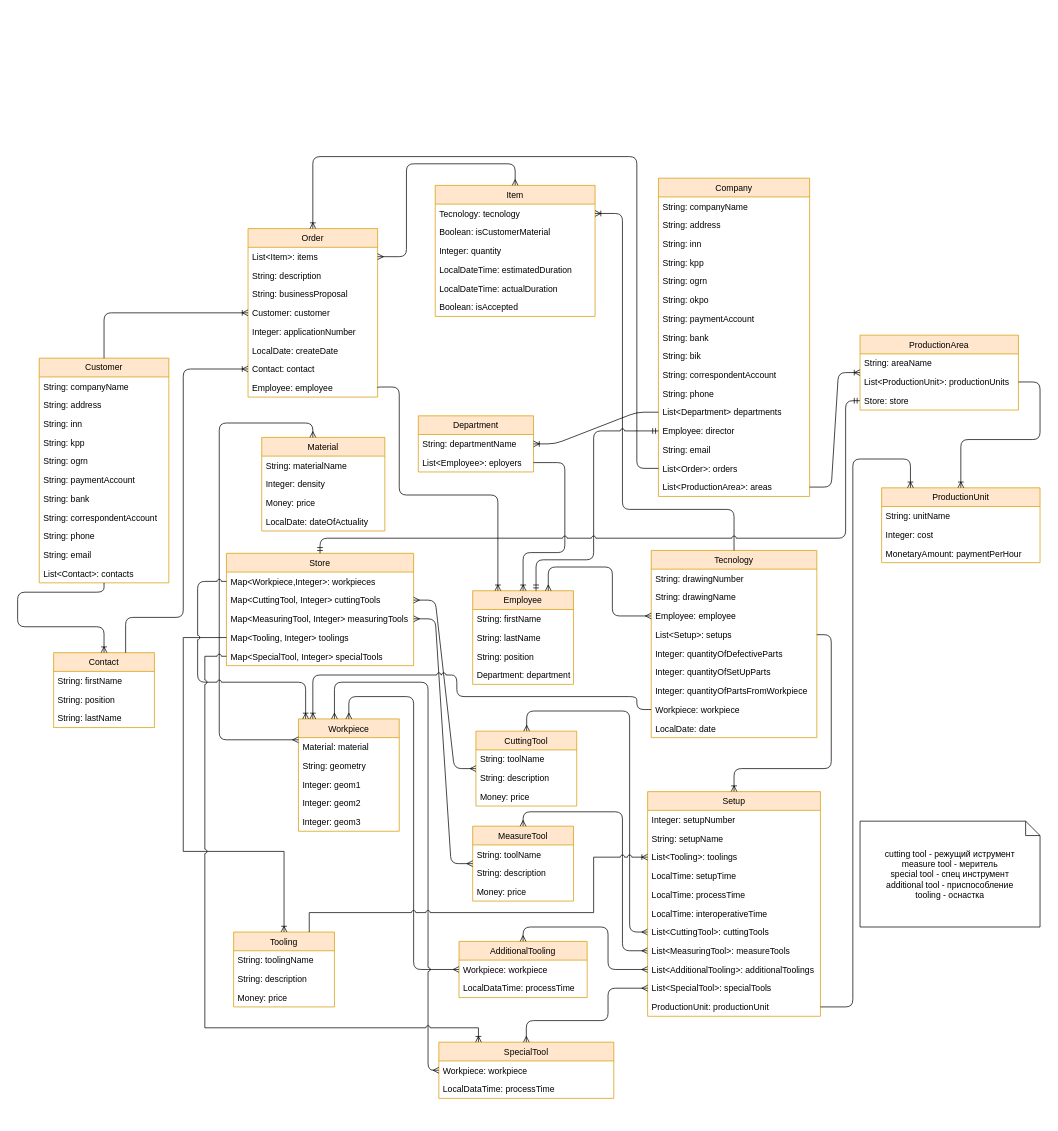
The draw.io diagram erp.drawio in Shaman58/sfsb, before the edit. Source tidied: cells renumbered, new cells numbered last; positions are measured from the earlier drawing's top-left corner, leaving out a move shared by most shapes. Both pictures are drawn from the tidied source at 72%, with x=0, y=0 at pixel (17, 156).
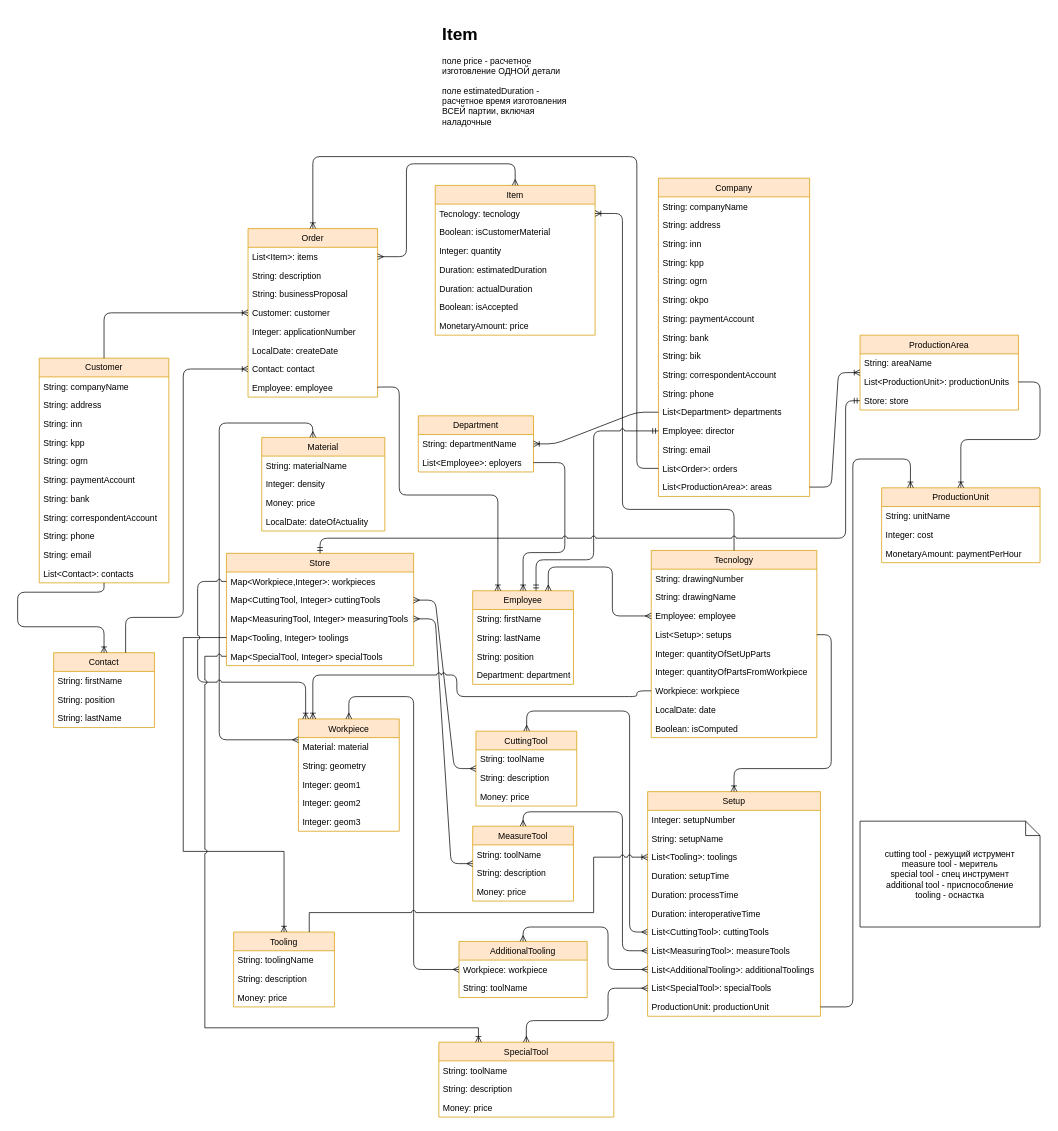
Above is the later version.

Unchanged cells that the change refers to:
```xml
<mxCell id="19" value="Tecnology" style="swimlane;fontStyle=0;horizontal=1;startSize=26;fillColor=#ffe6cc;fontSize=12;glass=0;comic=0;strokeColor=#d79b00;" parent="1" vertex="1">
  <mxGeometry x="880" y="547" width="230" height="260" as="geometry" />
</mxCell>
<mxCell id="83" value="Workpiece" style="swimlane;fontStyle=0;horizontal=1;startSize=26;fillColor=#ffe6cc;fontSize=12;strokeColor=#d79b00;" parent="1" vertex="1">
  <mxGeometry x="390" y="781" width="140" height="156" as="geometry" />
</mxCell>
<mxCell id="90" value="Setup" style="swimlane;fontStyle=0;horizontal=1;startSize=26;fillColor=#ffe6cc;fontSize=12;strokeColor=#d79b00;" parent="1" vertex="1">
  <mxGeometry x="875" y="882" width="240" height="312" as="geometry" />
</mxCell>
<mxCell id="104" value="AdditionalTooling" style="swimlane;fontStyle=0;horizontal=1;startSize=26;fillColor=#ffe6cc;fontSize=12;strokeColor=#d79b00;" parent="1" vertex="1">
  <mxGeometry x="613" y="1090" width="178" height="78" as="geometry" />
</mxCell>
```

Diff of the diagram source:
```diff
@@
     <mxCell id="11" value="Item" style="swimlane;fontStyle=0;horizontal=1;startSize=26;fillColor=#ffe6cc;direction=east;strokeColor=#d79b00;" parent="1" vertex="1">
-      <mxGeometry x="580" y="40" width="222" height="182" as="geometry" />
+      <mxGeometry x="580" y="40" width="222" height="208" as="geometry" />
     </mxCell>
@@
-    <mxCell id="15" value="LocalDateTime: estimatedDuration" style="text;strokeColor=none;fillColor=none;align=left;verticalAlign=top;spacingLeft=4;spacingRight=4;overflow=hidden;" parent="11" vertex="1">
+    <mxCell id="15" value="Duration: estimatedDuration" style="text;strokeColor=none;fillColor=none;align=left;verticalAlign=top;spacingLeft=4;spacingRight=4;overflow=hidden;" parent="11" vertex="1">
       <mxGeometry y="104" width="222" height="26" as="geometry" />
     </mxCell>
-    <mxCell id="16" value="LocalDateTime: actualDuration" style="text;strokeColor=none;fillColor=none;align=left;verticalAlign=top;spacingLeft=4;spacingRight=4;overflow=hidden;" parent="11" vertex="1">
+    <mxCell id="16" value="Duration: actualDuration" style="text;strokeColor=none;fillColor=none;align=left;verticalAlign=top;spacingLeft=4;spacingRight=4;overflow=hidden;" parent="11" vertex="1">
       <mxGeometry y="130" width="222" height="26" as="geometry" />
     </mxCell>
@@
+    <mxCell id="155" value="MonetaryAmount: price" style="text;strokeColor=none;fillColor=none;align=left;verticalAlign=top;spacingLeft=4;spacingRight=4;overflow=hidden;" parent="11" vertex="1">
+      <mxGeometry y="182" width="222" height="26" as="geometry" />
+    </mxCell>
@@
-    <mxCell id="24" value="Integer: quantityOfDefectiveParts" style="text;strokeColor=none;fillColor=none;align=left;verticalAlign=top;spacingLeft=4;spacingRight=4;overflow=hidden;" parent="19" vertex="1">
-      <mxGeometry y="130" width="230" height="26" as="geometry" />
-    </mxCell>
     <mxCell id="25" value="Integer: quantityOfSetUpParts" style="text;strokeColor=none;fillColor=none;align=left;verticalAlign=top;spacingLeft=4;spacingRight=4;overflow=hidden;" parent="19" vertex="1">
-      <mxGeometry y="156" width="230" height="26" as="geometry" />
+      <mxGeometry y="130" width="230" height="26" as="geometry" />
     </mxCell>
     <mxCell id="26" value="Integer: quantityOfPartsFromWorkpiece" style="text;strokeColor=none;fillColor=none;align=left;verticalAlign=top;spacingLeft=4;spacingRight=4;overflow=hidden;" parent="19" vertex="1">
-      <mxGeometry y="182" width="230" height="26" as="geometry" />
+      <mxGeometry y="156" width="230" height="26" as="geometry" />
     </mxCell>
     <mxCell id="27" value="Workpiece: workpiece" style="text;strokeColor=none;fillColor=none;align=left;verticalAlign=top;spacingLeft=4;spacingRight=4;overflow=hidden;points=[[0,0.5],[1,0.5]];portConstraint=eastwest;" parent="19" vertex="1">
-      <mxGeometry y="208" width="230" height="26" as="geometry" />
+      <mxGeometry y="182" width="230" height="26" as="geometry" />
     </mxCell>
     <mxCell id="28" value="LocalDate: date" style="text;strokeColor=none;fillColor=none;align=left;verticalAlign=top;spacingLeft=4;spacingRight=4;overflow=hidden;" parent="19" vertex="1">
-      <mxGeometry y="234" width="230" height="26" as="geometry" />
+      <mxGeometry y="208" width="230" height="26" as="geometry" />
     </mxCell>
+    <mxCell id="156" value="Boolean: isComputed" style="text;strokeColor=none;fillColor=none;align=left;verticalAlign=top;spacingLeft=4;spacingRight=4;overflow=hidden;" parent="19" vertex="1">
+      <mxGeometry y="234" width="230" height="26" as="geometry" />
+    </mxCell>
@@
-    <mxCell id="94" value="LocalTime: setupTime" style="text;strokeColor=none;fillColor=none;align=left;verticalAlign=top;spacingLeft=4;spacingRight=4;overflow=hidden;" parent="90" vertex="1">
+    <mxCell id="94" value="Duration: setupTime" style="text;strokeColor=none;fillColor=none;align=left;verticalAlign=top;spacingLeft=4;spacingRight=4;overflow=hidden;" parent="90" vertex="1">
       <mxGeometry y="104" width="240" height="26" as="geometry" />
     </mxCell>
-    <mxCell id="95" value="LocalTime: processTime" style="text;strokeColor=none;fillColor=none;align=left;verticalAlign=top;spacingLeft=4;spacingRight=4;overflow=hidden;" parent="90" vertex="1">
+    <mxCell id="95" value="Duration: processTime" style="text;strokeColor=none;fillColor=none;align=left;verticalAlign=top;spacingLeft=4;spacingRight=4;overflow=hidden;" parent="90" vertex="1">
       <mxGeometry y="130" width="240" height="26" as="geometry" />
     </mxCell>
-    <mxCell id="96" value="LocalTime: interoperativeTime" style="text;strokeColor=none;fillColor=none;align=left;verticalAlign=top;spacingLeft=4;spacingRight=4;overflow=hidden;" parent="90" vertex="1">
+    <mxCell id="96" value="Duration: interoperativeTime" style="text;strokeColor=none;fillColor=none;align=left;verticalAlign=top;spacingLeft=4;spacingRight=4;overflow=hidden;" parent="90" vertex="1">
       <mxGeometry y="156" width="240" height="26" as="geometry" />
     </mxCell>
@@
     <mxCell id="102" style="edgeStyle=orthogonalEdgeStyle;fontSize=12;html=1;endArrow=ERoneToMany;shadow=0;strokeColor=#000000;jumpStyle=arc;" parent="1" edge="1" source="27" target="83">
       <mxGeometry relative="1" as="geometry">
         <Array as="points">
-          <mxPoint x="860" y="768" />
+          <mxPoint x="860" y="742" />
           <mxPoint x="860" y="750" />
           <mxPoint x="610" y="750" />
           <mxPoint x="610" y="720" />
           <mxPoint x="410" y="720" />
         </Array>
       </mxGeometry>
     </mxCell>
@@
-    <mxCell id="106" value="LocalDataTime: processTime" style="text;strokeColor=none;fillColor=none;align=left;verticalAlign=top;spacingLeft=4;spacingRight=4;overflow=hidden;" parent="104" vertex="1">
-      <mxGeometry y="52" width="178" height="26" as="geometry" />
-    </mxCell>
+    <mxCell id="157" value="String: toolName" style="text;strokeColor=none;fillColor=none;align=left;verticalAlign=top;spacingLeft=4;spacingRight=4;overflow=hidden;" parent="104" vertex="1">
+      <mxGeometry y="52" width="178" height="26" as="geometry" />
+    </mxCell>
@@
     <mxCell id="108" value="SpecialTool" style="swimlane;fontStyle=0;horizontal=1;startSize=26;fillColor=#ffe6cc;fontSize=12;strokeColor=#d79b00;" parent="1" vertex="1">
-      <mxGeometry x="585" y="1230" width="243" height="78" as="geometry" />
+      <mxGeometry x="585" y="1230" width="243" height="104" as="geometry" />
     </mxCell>
-    <mxCell id="109" value="Workpiece: workpiece" style="text;strokeColor=none;fillColor=none;align=left;verticalAlign=top;spacingLeft=4;spacingRight=4;overflow=hidden;points=[[0,0.5],[1,0.5]];portConstraint=eastwest;" parent="108" vertex="1">
-      <mxGeometry y="26" width="243" height="26" as="geometry" />
-    </mxCell>
-    <mxCell id="110" value="LocalDataTime: processTime" style="text;strokeColor=none;fillColor=none;align=left;verticalAlign=top;spacingLeft=4;spacingRight=4;overflow=hidden;" parent="108" vertex="1">
-      <mxGeometry y="52" width="243" height="26" as="geometry" />
-    </mxCell>
-    <mxCell id="111" style="edgeStyle=orthogonalEdgeStyle;fontSize=12;html=1;endArrow=ERmany;startArrow=ERmany;shadow=0;strokeColor=#000000;entryX=0;entryY=0.5;entryDx=0;entryDy=0;jumpStyle=arc;" parent="1" edge="1" source="83" target="109">
-      <mxGeometry relative="1" as="geometry">
-        <Array as="points">
-          <mxPoint x="440" y="730" />
-          <mxPoint x="570" y="730" />
-          <mxPoint x="570" y="1269" />
-        </Array>
-      </mxGeometry>
-    </mxCell>
+    <mxCell id="158" value="String: toolName" style="text;strokeColor=none;fillColor=none;align=left;verticalAlign=top;spacingLeft=4;spacingRight=4;overflow=hidden;" parent="108" vertex="1">
+      <mxGeometry y="26" width="243" height="26" as="geometry" />
+    </mxCell>
+    <mxCell id="159" value="String: description" style="text;strokeColor=none;fillColor=none;align=left;verticalAlign=top;spacingLeft=4;spacingRight=4;overflow=hidden;" parent="108" vertex="1">
+      <mxGeometry y="52" width="243" height="26" as="geometry" />
+    </mxCell>
+    <mxCell id="160" value="Money: price" style="text;strokeColor=none;fillColor=none;align=left;verticalAlign=top;spacingLeft=4;spacingRight=4;overflow=hidden;" parent="108" vertex="1">
+      <mxGeometry y="78" width="243" height="26" as="geometry" />
+    </mxCell>
@@
+    <mxCell id="161" value="&lt;h1&gt;Item&lt;/h1&gt;&lt;p&gt;поле price - расчетное изготовление ОДНОЙ детали&lt;/p&gt;&lt;p&gt;поле estimatedDuration - расчетное время изготовления ВСЕЙ партии, включая наладочные&lt;/p&gt;" style="text;html=1;strokeColor=none;fillColor=none;spacing=5;spacingTop=-20;whiteSpace=wrap;overflow=hidden;rounded=0;" parent="1" vertex="1">
+      <mxGeometry x="585" y="-190" width="190" height="160" as="geometry" />
+    </mxCell>
```
